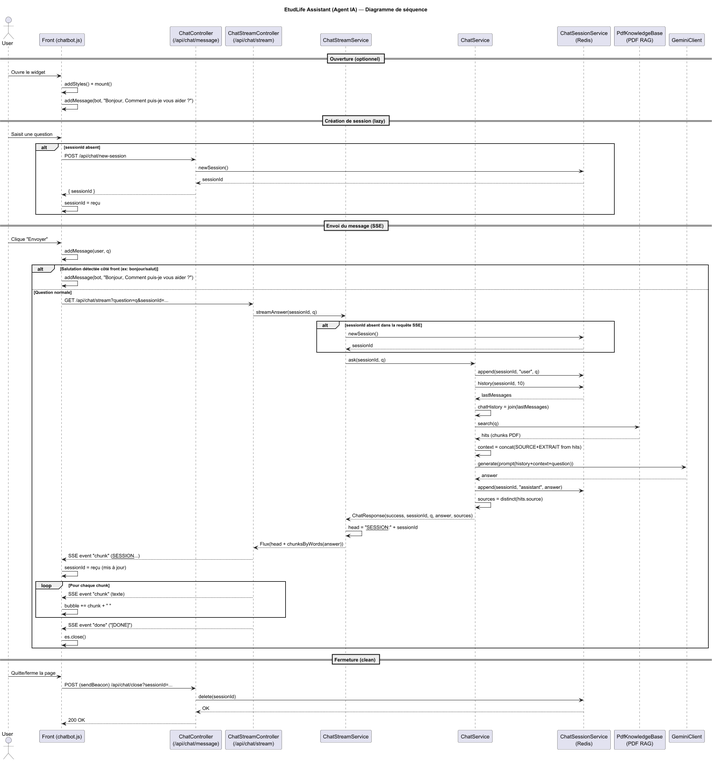
LynaBaouche/DevOps keeps this PlantUML diagram as doc/diagrammes_de_sequence/agentia.png. Above is the earlier version.
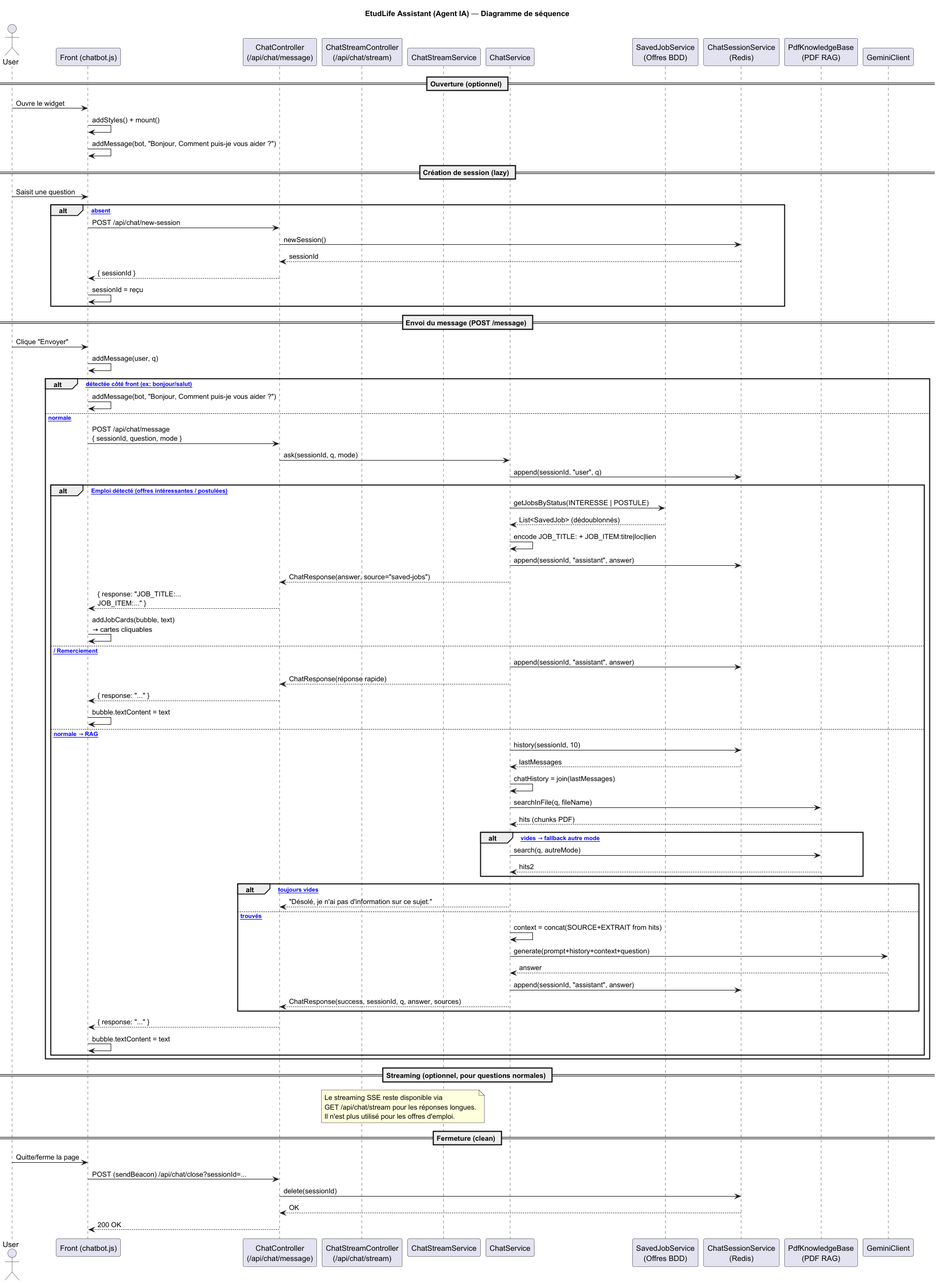
Later version of the same file.

Commit message:
diagramme de sequance mis à jour

The edit, as a diff of the source:
```diff
@@ -1,83 +1,94 @@
 @startuml
 title EtudLife Assistant (Agent IA) — Diagramme de séquence
 
-actor User as U
-participant "Front (chatbot.js)" as FE
-participant "ChatController\n(/api/chat/message)" as CC
-participant "ChatStreamController\n(/api/chat/stream)" as CSC
-participant "ChatStreamService" as CSS
-participant "ChatService" as CS
-participant "ChatSessionService\n(Redis)" as SESS
-participant "PdfKnowledgeBase\n(PDF RAG)" as KB
-participant "GeminiClient" as GEM
+actor User
+participant "Front (chatbot.js)" as Front
+participant "ChatController\n(/api/chat/message)" as ChatCtrl
+participant "ChatStreamController\n(/api/chat/stream)" as StreamCtrl
+participant "ChatStreamService" as StreamSvc
+participant "ChatService" as ChatSvc
+participant "SavedJobService\n(Offres BDD)" as JobSvc
+participant "ChatSessionService\n(Redis)" as Redis
+participant "PdfKnowledgeBase\n(PDF RAG)" as RAG
+participant "GeminiClient" as Gemini
 
 == Ouverture (optionnel) ==
-U -> FE: Ouvre le widget
-FE -> FE: addStyles() + mount()
-FE -> FE: addMessage(bot, "Bonjour, Comment puis-je vous aider ?")
+User -> Front : Ouvre le widget
+Front -> Front : addStyles() + mount()
+Front -> Front : addMessage(bot, "Bonjour, Comment puis-je vous aider ?")
 
 == Création de session (lazy) ==
-U -> FE: Saisit une question
-alt sessionId absent
-  FE -> CC: POST /api/chat/new-session
-  CC -> SESS: newSession()
-  SESS --> CC: sessionId
-  CC --> FE: { sessionId }
-  FE -> FE: sessionId = reçu
+User -> Front : Saisit une question
+alt [sessionId absent]
+    Front -> ChatCtrl : POST /api/chat/new-session
+    ChatCtrl -> Redis : newSession()
+    Redis --> ChatCtrl : sessionId
+    ChatCtrl --> Front : { sessionId }
+    Front -> Front : sessionId = reçu
 end
 
-== Envoi du message (SSE) ==
-U -> FE: Clique "Envoyer"
-FE -> FE: addMessage(user, q)
+== Envoi du message (POST /message) ==
+User -> Front : Clique "Envoyer"
+Front -> Front : addMessage(user, q)
 
-alt Salutation détectée côté front (ex: bonjour/salut)
-  FE -> FE: addMessage(bot, "Bonjour, Comment puis-je vous aider ?")
-else Question normale
-  FE -> CSC: GET /api/chat/stream?question=q&sessionId=...
-  CSC -> CSS: streamAnswer(sessionId, q)
+alt [Salutation détectée côté front (ex: bonjour/salut)]
+    Front -> Front : addMessage(bot, "Bonjour, Comment puis-je vous aider ?")
+else [Question normale]
+    Front -> ChatCtrl : POST /api/chat/message\n{ sessionId, question, mode }
+    ChatCtrl -> ChatSvc : ask(sessionId, q, mode)
+    ChatSvc -> Redis : append(sessionId, "user", q)
 
-  alt sessionId absent dans la requête SSE
-    CSS -> SESS: newSession()
-    SESS --> CSS: sessionId
-  end
+    alt [Intent Emploi détecté (offres intéressantes / postulées)]
+        ChatSvc -> JobSvc : getJobsByStatus(INTERESSE | POSTULE)
+        JobSvc --> ChatSvc : List<SavedJob> (dédoublonnés)
+        ChatSvc -> ChatSvc : encode JOB_TITLE: + JOB_ITEM:titre|loc|lien
+        ChatSvc -> Redis : append(sessionId, "assistant", answer)
+        ChatSvc --> ChatCtrl : ChatResponse(answer, source="saved-jobs")
+        ChatCtrl --> Front : { response: "JOB_TITLE:...\nJOB_ITEM:..." }
+        Front -> Front : addJobCards(bubble, text)\n→ cartes cliquables
 
-  CSS -> CS: ask(sessionId, q)
+    else [Salutation / Remerciement]
+        ChatSvc -> Redis : append(sessionId, "assistant", answer)
+        ChatSvc --> ChatCtrl : ChatResponse(réponse rapide)
+        ChatCtrl --> Front : { response: "..." }
+        Front -> Front : bubble.textContent = text
 
-  CS -> SESS: append(sessionId, "user", q)
-  CS -> SESS: history(sessionId, 10)
-  SESS --> CS: lastMessages
-  CS -> CS: chatHistory = join(lastMessages)
-
-  CS -> KB: search(q)
-  KB --> CS: hits (chunks PDF)
-
-  CS -> CS: context = concat(SOURCE+EXTRAIT from hits)
-  CS -> GEM: generate(prompt(history+context+question))
-  GEM --> CS: answer
-
-  CS -> SESS: append(sessionId, "assistant", answer)
-  CS -> CS: sources = distinct(hits.source)
-  CS --> CSS: ChatResponse(success, sessionId, q, answer, sources)
-
-  CSS -> CSS: head = "__SESSION__:" + sessionId
-  CSS --> CSC: Flux(head + chunksByWords(answer))
-  CSC --> FE: SSE event "chunk" (__SESSION__...)
-  FE -> FE: sessionId = reçu (mis à jour)
-
-  loop Pour chaque chunk
-    CSC --> FE: SSE event "chunk" (texte)
-    FE -> FE: bubble += chunk + " "
-  end
-
-  CSC --> FE: SSE event "done" ("[DONE]")
-  FE -> FE: es.close()
+    else [Question normale → RAG]
+        ChatSvc -> Redis : history(sessionId, 10)
+        Redis --> ChatSvc : lastMessages
+        ChatSvc -> ChatSvc : chatHistory = join(lastMessages)
+        ChatSvc -> RAG : searchInFile(q, fileName)
+        RAG --> ChatSvc : hits (chunks PDF)
+        alt [hits vides → fallback autre mode]
+            ChatSvc -> RAG : search(q, autreMode)
+            RAG --> ChatSvc : hits2
+        end
+        alt [hits toujours vides]
+            ChatSvc --> ChatCtrl : "Désolé, je n'ai pas d'information sur ce sujet."
+        else [hits trouvés]
+            ChatSvc -> ChatSvc : context = concat(SOURCE+EXTRAIT from hits)
+            ChatSvc -> Gemini : generate(prompt+history+context+question)
+            Gemini --> ChatSvc : answer
+            ChatSvc -> Redis : append(sessionId, "assistant", answer)
+            ChatSvc --> ChatCtrl : ChatResponse(success, sessionId, q, answer, sources)
+        end
+        ChatCtrl --> Front : { response: "..." }
+        Front -> Front : bubble.textContent = text
+    end
 end
 
+== Streaming (optionnel, pour questions normales) ==
+note over StreamCtrl, StreamSvc
+  Le streaming SSE reste disponible via
+  GET /api/chat/stream pour les réponses longues.
+  Il n'est plus utilisé pour les offres d'emploi.
+end note
+
 == Fermeture (clean) ==
-U -> FE: Quitte/ferme la page
-FE -> CC: POST (sendBeacon) /api/chat/close?sessionId=...
-CC -> SESS: delete(sessionId)
-SESS --> CC: OK
-CC --> FE: 200 OK
+User -> Front : Quitte/ferme la page
+Front -> ChatCtrl : POST (sendBeacon) /api/chat/close?sessionId=...
+ChatCtrl -> Redis : delete(sessionId)
+Redis --> ChatCtrl : OK
+ChatCtrl --> Front : 200 OK
 
 @enduml
```
